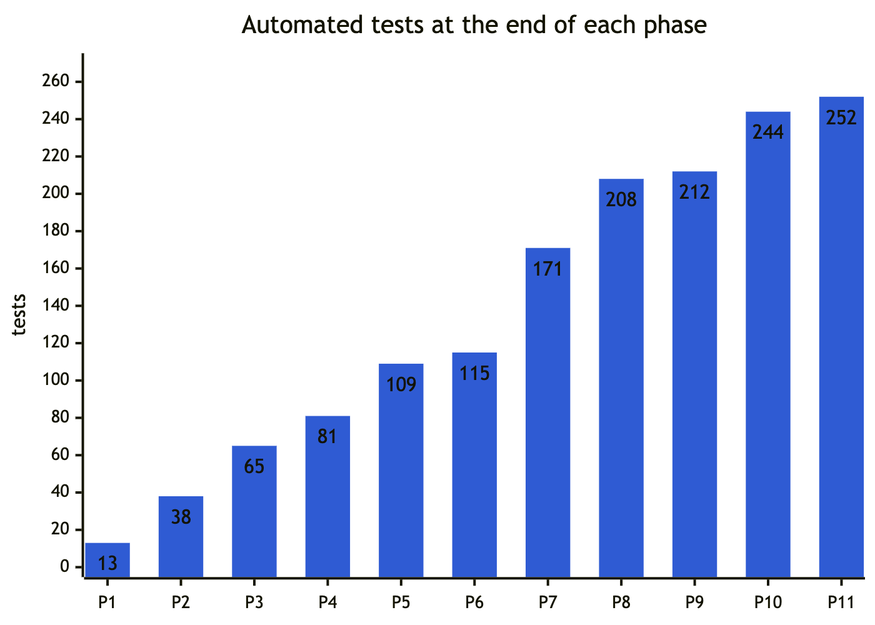
The Mermaid diagram docs/handbook/images/14-chart-tests-by-phase.png in abdulmdev/sentinel-incident-copilot, before a commit. Its source is kept beside it as docs/handbook/diagrams/14-chart-tests-by-phase.mmd.
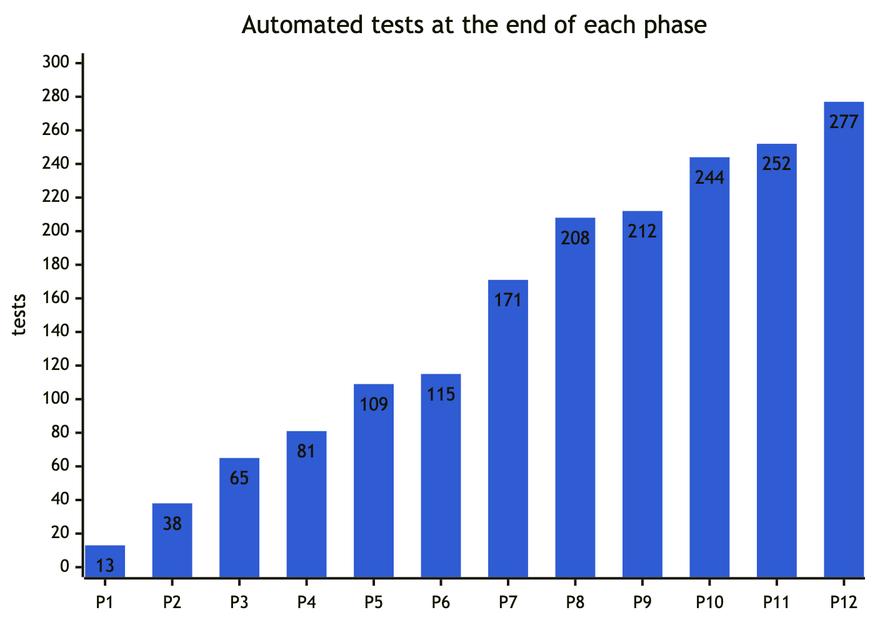
The same file after the commit.

What changed in the source:
```diff
@@ -8,6 +8,6 @@
 ---
 xychart-beta
   title "Automated tests at the end of each phase"
-  x-axis ["P1", "P2", "P3", "P4", "P5", "P6", "P7", "P8", "P9", "P10", "P11"]
-  y-axis "tests" 0 --> 270
-  bar [13, 38, 65, 81, 109, 115, 171, 208, 212, 244, 252]
+  x-axis ["P1", "P2", "P3", "P4", "P5", "P6", "P7", "P8", "P9", "P10", "P11", "P12"]
+  y-axis "tests" 0 --> 300
+  bar [13, 38, 65, 81, 109, 115, 171, 208, 212, 244, 252, 277]
```
